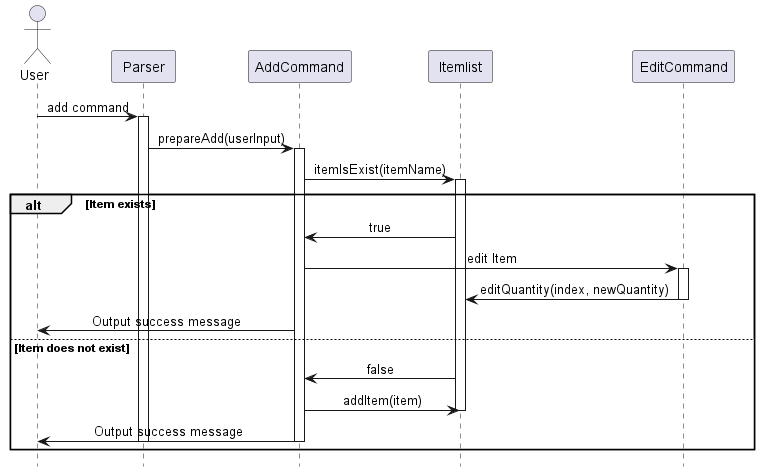
Earlier version of the PlantUML export docs/Diagrams/Images/Itemlist/AddCommand_SequenceDiagram.png (LowTL/tp).
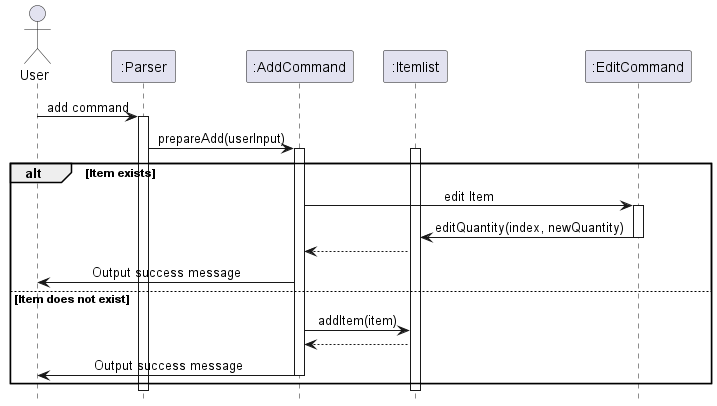
The same file after the commit.

Commit message:
edit addcommand seq diagram

Change to the diagram source:
```diff
@@ -2,32 +2,31 @@
 !include ../Style.puml
 
 actor User
-participant "Parser" as Parser
-participant "AddCommand" as AddCommand
-participant "Itemlist" as Itemlist
-participant "EditCommand" as EditCommand
+participant ":Parser" as Parser
+participant ":AddCommand" as AddCommand
+participant ":Itemlist" as Itemlist
+participant ":EditCommand" as EditCommand
 
 User -> Parser: add command
 activate Parser
 
 Parser -> AddCommand: prepareAdd(userInput)
 activate AddCommand
-AddCommand -> Itemlist: itemIsExist(itemName)
 activate Itemlist
 alt Item exists
-    Itemlist -> AddCommand: true
     AddCommand -> EditCommand: edit Item
     activate EditCommand
     EditCommand -> Itemlist: editQuantity(index, newQuantity)
     deactivate EditCommand
+    Itemlist --> AddCommand
     AddCommand -> User: Output success message
 else Item does not exist
-Itemlist -> AddCommand: false
     AddCommand -> Itemlist: addItem(item)
-    deactivate Itemlist
+    Itemlist --> AddCommand
 
 AddCommand -> User: Output success message
 deactivate AddCommand
+end
+deactivate Itemlist
 deactivate Parser
-end
 @enduml
```
